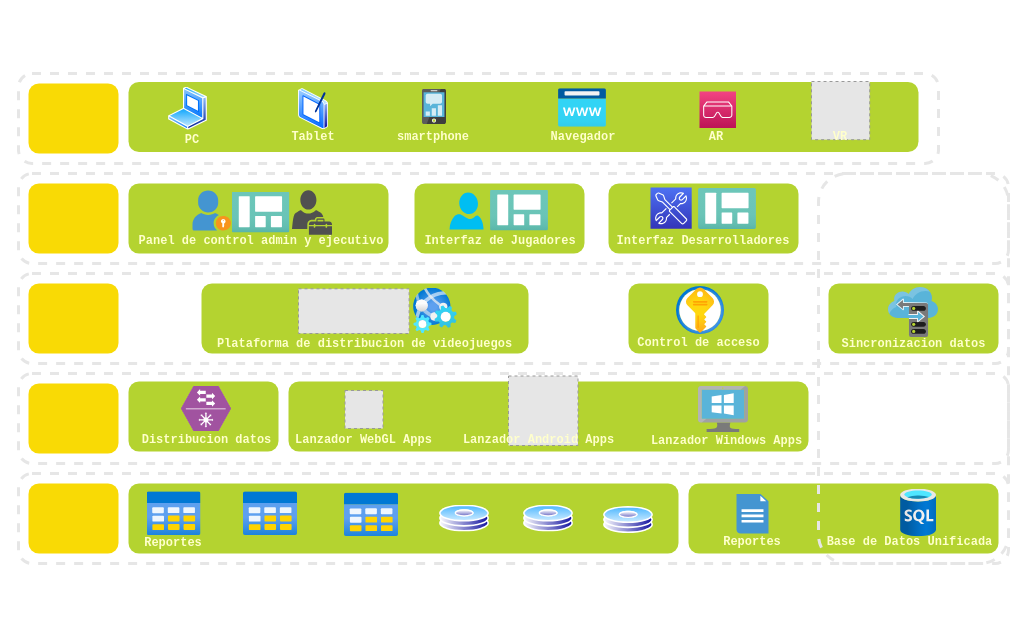
atractorestudio/docs keeps this draw.io diagram as diagrama-plataforma-juegos-ecopetrol.drawio. Above is the earlier version. Source tidied: cells renumbered, new cells numbered last; positions are measured from the earlier drawing's top-left corner, leaving out a move shared by most shapes. Both pictures are drawn from the tidied source at 100%, with x=0, y=0 at pixel (18, 73). Pictures stored in the file or linked from it are replaced by grey dashed boxes.
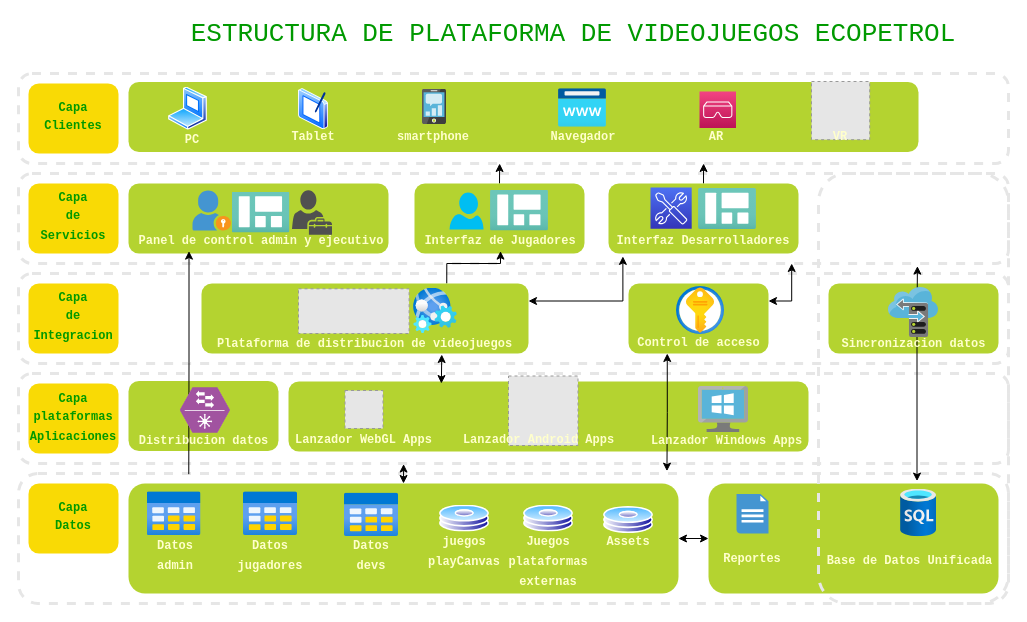
Above is the later version.

Unchanged cells that the change refers to:
```xml
<mxCell id="4" style="rounded=1;whiteSpace=wrap;html=1;dashed=1;strokeColor=#E6E6E6;strokeWidth=3;" parent="1" vertex="1">
  <mxGeometry y="100" width="990" height="90" as="geometry" />
</mxCell>
<mxCell id="5" style="rounded=1;whiteSpace=wrap;html=1;dashed=1;sketch=0;strokeWidth=3;strokeColor=none;fillColor=#B4D330;" parent="1" vertex="1">
  <mxGeometry x="590" y="110" width="190" height="70" as="geometry" />
</mxCell>
<mxCell id="6" style="rounded=1;whiteSpace=wrap;html=1;dashed=1;sketch=0;strokeWidth=3;strokeColor=none;fillColor=#B4D330;" parent="1" vertex="1">
  <mxGeometry x="396" y="110" width="170" height="70" as="geometry" />
</mxCell>
<mxCell id="10" style="rounded=1;whiteSpace=wrap;html=1;dashed=1;sketch=0;strokeWidth=3;strokeColor=none;fillColor=#B4D330;" parent="1" vertex="1">
  <mxGeometry x="610" y="210" width="140" height="70" as="geometry" />
</mxCell>
<mxCell id="11" style="rounded=1;whiteSpace=wrap;html=1;dashed=1;sketch=0;strokeWidth=3;strokeColor=none;fillColor=#B4D330;" parent="1" vertex="1">
  <mxGeometry x="183" y="210" width="327" height="70" as="geometry" />
</mxCell>
<mxCell id="14" style="rounded=1;whiteSpace=wrap;html=1;dashed=1;sketch=0;strokeWidth=3;strokeColor=none;fillColor=#B4D330;" parent="1" vertex="1">
  <mxGeometry x="270" y="308" width="520" height="70" as="geometry" />
</mxCell>
<mxCell id="58" value="Panel de control admin y ejecutivo" style="text;html=1;strokeColor=none;fillColor=none;align=center;verticalAlign=middle;whiteSpace=wrap;rounded=0;dashed=1;sketch=0;fontFamily=Courier New;fontStyle=1;fontColor=#FFFFCC;" parent="1" vertex="1">
  <mxGeometry x="98" y="157.6" width="290" height="20" as="geometry" />
</mxCell>
<mxCell id="60" value="Interfaz de Jugadores " style="text;html=1;strokeColor=none;fillColor=none;align=center;verticalAlign=middle;whiteSpace=wrap;rounded=0;dashed=1;sketch=0;fontFamily=Courier New;fontStyle=1;fontColor=#FFFFCC;" parent="1" vertex="1">
  <mxGeometry x="337" y="157.6" width="290" height="20" as="geometry" />
</mxCell>
<mxCell id="61" value="Control de acceso" style="text;html=1;strokeColor=none;fillColor=none;align=center;verticalAlign=middle;whiteSpace=wrap;rounded=0;dashed=1;sketch=0;fontFamily=Courier New;fontStyle=1;fontColor=#FFFFCC;" parent="1" vertex="1">
  <mxGeometry x="617" y="260" width="127" height="20" as="geometry" />
</mxCell>
<mxCell id="62" value="Plataforma de distribucion de videojuegos" style="text;html=1;strokeColor=none;fillColor=none;align=center;verticalAlign=middle;whiteSpace=wrap;rounded=0;dashed=1;sketch=0;fontFamily=Courier New;fontStyle=1;fontColor=#FFFFCC;" parent="1" vertex="1">
  <mxGeometry x="193" y="261" width="307" height="20" as="geometry" />
</mxCell>
```

What changed in the source:
```diff
@@
+    <mxCell id="12" style="rounded=1;whiteSpace=wrap;html=1;dashed=1;strokeColor=#E6E6E6;strokeWidth=3;" parent="1" vertex="1">
+      <mxGeometry y="300" width="990" height="90" as="geometry" />
+    </mxCell>
+    <mxCell id="72" style="rounded=1;whiteSpace=wrap;html=1;dashed=1;sketch=0;strokeWidth=3;strokeColor=none;fillColor=#B4D330;" parent="1" vertex="1">
+      <mxGeometry x="110" y="307.5" width="150" height="70" as="geometry" />
+    </mxCell>
     <mxCell id="2" style="rounded=1;whiteSpace=wrap;html=1;dashed=1;strokeColor=#E6E6E6;strokeWidth=3;" parent="1" vertex="1">
-      <mxGeometry width="920" height="90" as="geometry" />
+      <mxGeometry width="990" height="90" as="geometry" />
     </mxCell>
@@
+    <mxCell id="73" style="edgeStyle=orthogonalEdgeStyle;rounded=0;jettySize=auto;html=1;exitX=0.5;exitY=0;exitDx=0;exitDy=0;entryX=0.692;entryY=1;entryDx=0;entryDy=0;entryPerimeter=0;startArrow=none;startFill=0;fontFamily=Courier New;fontColor=#00CC00;" parent="1" edge="1" source="5" target="2">
+      <mxGeometry relative="1" as="geometry" />
+    </mxCell>
@@
+    <mxCell id="74" style="edgeStyle=orthogonalEdgeStyle;rounded=0;jettySize=auto;html=1;exitX=0.5;exitY=0;exitDx=0;exitDy=0;entryX=0.486;entryY=1;entryDx=0;entryDy=0;entryPerimeter=0;startArrow=none;startFill=0;fontFamily=Courier New;fontColor=#00CC00;" parent="1" edge="1" source="6" target="2">
+      <mxGeometry relative="1" as="geometry" />
+    </mxCell>
@@
+    <mxCell id="75" style="edgeStyle=orthogonalEdgeStyle;rounded=0;jettySize=auto;html=1;exitX=1;exitY=0.25;exitDx=0;exitDy=0;entryX=0.781;entryY=1;entryDx=0;entryDy=0;entryPerimeter=0;startArrow=classic;startFill=1;fontFamily=Courier New;fontColor=#00CC00;" parent="1" edge="1" source="10" target="4">
+      <mxGeometry relative="1" as="geometry">
+        <Array as="points">
+          <mxPoint x="773" y="228" />
+        </Array>
+      </mxGeometry>
+    </mxCell>
@@
+    <mxCell id="76" style="edgeStyle=orthogonalEdgeStyle;rounded=0;jettySize=auto;html=1;exitX=0.75;exitY=0;exitDx=0;exitDy=0;entryX=0.5;entryY=1;entryDx=0;entryDy=0;fontFamily=Courier New;fontColor=#00CC00;" parent="1" edge="1" source="11" target="60">
+      <mxGeometry relative="1" as="geometry" />
+    </mxCell>
+    <mxCell id="77" style="edgeStyle=orthogonalEdgeStyle;rounded=0;jettySize=auto;html=1;exitX=1;exitY=0.25;exitDx=0;exitDy=0;entryX=0.922;entryY=1.264;entryDx=0;entryDy=0;entryPerimeter=0;fontFamily=Courier New;fontColor=#00CC00;startArrow=classic;startFill=1;" parent="1" edge="1" source="11" target="60">
+      <mxGeometry relative="1" as="geometry" />
+    </mxCell>
@@
-    <mxCell id="12" style="rounded=1;whiteSpace=wrap;html=1;dashed=1;strokeColor=#E6E6E6;strokeWidth=3;" parent="1" vertex="1">
-      <mxGeometry y="300" width="990" height="90" as="geometry" />
-    </mxCell>
-    <mxCell id="13" style="rounded=1;whiteSpace=wrap;html=1;dashed=1;sketch=0;strokeWidth=3;strokeColor=none;fillColor=#B4D330;" parent="1" vertex="1">
-      <mxGeometry x="110" y="308" width="150" height="70" as="geometry" />
-    </mxCell>
@@
     <mxCell id="15" style="rounded=1;whiteSpace=wrap;html=1;dashed=1;strokeColor=#E6E6E6;strokeWidth=3;" parent="1" vertex="1">
-      <mxGeometry y="400" width="990" height="90" as="geometry" />
+      <mxGeometry y="400" width="990" height="130" as="geometry" />
     </mxCell>
+    <mxCell id="78" style="edgeStyle=orthogonalEdgeStyle;rounded=0;jettySize=auto;html=1;exitX=0.5;exitY=0;exitDx=0;exitDy=0;entryX=0.389;entryY=1.006;entryDx=0;entryDy=0;entryPerimeter=0;startArrow=classic;startFill=1;fontFamily=Courier New;fontColor=#00CC00;" parent="1" edge="1" source="16" target="12">
+      <mxGeometry relative="1" as="geometry" />
+    </mxCell>
     <mxCell id="16" style="rounded=1;whiteSpace=wrap;html=1;dashed=1;sketch=0;strokeWidth=3;strokeColor=none;fillColor=#B4D330;" parent="1" vertex="1">
-      <mxGeometry x="110" y="410" width="550" height="70" as="geometry" />
+      <mxGeometry x="110" y="410" width="550" height="110" as="geometry" />
     </mxCell>
+    <mxCell id="79" style="edgeStyle=orthogonalEdgeStyle;rounded=0;jettySize=auto;html=1;exitX=0;exitY=0.5;exitDx=0;exitDy=0;entryX=1;entryY=0.5;entryDx=0;entryDy=0;fontFamily=Courier New;fontColor=#00CC00;startArrow=classic;startFill=1;" parent="1" edge="1" source="17" target="16">
+      <mxGeometry relative="1" as="geometry" />
+    </mxCell>
+    <mxCell id="80" style="edgeStyle=orthogonalEdgeStyle;rounded=0;jettySize=auto;html=1;exitX=0.719;exitY=-0.022;exitDx=0;exitDy=0;entryX=0.908;entryY=1.029;entryDx=0;entryDy=0;entryPerimeter=0;startArrow=classic;startFill=1;fontFamily=Courier New;fontColor=#00CC00;exitPerimeter=0;" parent="1" edge="1" source="17" target="4">
+      <mxGeometry relative="1" as="geometry">
+        <Array as="points">
+          <mxPoint x="899" y="250" />
+          <mxPoint x="899" y="250" />
+        </Array>
+      </mxGeometry>
+    </mxCell>
     <mxCell id="17" style="rounded=1;whiteSpace=wrap;html=1;dashed=1;sketch=0;strokeWidth=3;strokeColor=none;fillColor=#B4D330;" parent="1" vertex="1">
-      <mxGeometry x="670" y="410" width="310" height="70" as="geometry" />
+      <mxGeometry x="690" y="410" width="290" height="110" as="geometry" />
     </mxCell>
     <mxCell id="18" style="rounded=1;whiteSpace=wrap;html=1;dashed=1;strokeColor=#E6E6E6;strokeWidth=3;fillColor=none;" parent="1" vertex="1">
-      <mxGeometry x="800" y="100" width="190" height="390" as="geometry" />
+      <mxGeometry x="800" y="100" width="190" height="430" as="geometry" />
     </mxCell>
@@
-    <mxCell id="45" style="verticalLabelPosition=bottom;html=1;fillColor=#A153A0;strokeColor=#ffffff;verticalAlign=top;align=center;shape=mxgraph.cisco_safe.compositeIcon;bgIcon=mxgraph.cisco_safe.design.blank_device;resIcon=mxgraph.cisco_safe.design.distribution_switch;dashed=1;sketch=0;" parent="1" vertex="1">
-      <mxGeometry x="162.5" y="312.5" width="50" height="45" as="geometry" />
-    </mxCell>
@@
+    <mxCell id="81" style="edgeStyle=orthogonalEdgeStyle;rounded=0;jettySize=auto;html=1;exitX=0.25;exitY=1;exitDx=0;exitDy=0;entryX=0.172;entryY=0.005;entryDx=0;entryDy=0;entryPerimeter=0;startArrow=classic;startFill=1;fontFamily=Courier New;fontColor=#00CC00;endArrow=none;endFill=0;" parent="1" edge="1" source="58" target="15">
+      <mxGeometry relative="1" as="geometry" />
+    </mxCell>
@@
+    <mxCell id="82" style="edgeStyle=orthogonalEdgeStyle;rounded=0;jettySize=auto;html=1;exitX=0.25;exitY=1;exitDx=0;exitDy=0;entryX=0.655;entryY=-0.018;entryDx=0;entryDy=0;entryPerimeter=0;startArrow=classic;startFill=1;endArrow=classic;endFill=1;fontFamily=Garamond;fontSize=26;fontColor=#00CC00;" parent="1" edge="1" source="61" target="15">
+      <mxGeometry relative="1" as="geometry">
+        <Array as="points">
+          <mxPoint x="649" y="339" />
+        </Array>
+      </mxGeometry>
+    </mxCell>
@@
+    <mxCell id="83" style="edgeStyle=orthogonalEdgeStyle;rounded=0;jettySize=auto;html=1;exitX=0.75;exitY=1;exitDx=0;exitDy=0;entryX=0.294;entryY=0.029;entryDx=0;entryDy=0;entryPerimeter=0;fontFamily=Courier New;fontColor=#00CC00;startArrow=classic;startFill=1;" parent="1" edge="1" source="62" target="14">
+      <mxGeometry relative="1" as="geometry" />
+    </mxCell>
@@
-    <mxCell id="67" value="Distribucion datos" style="text;html=1;strokeColor=none;fillColor=none;align=center;verticalAlign=middle;whiteSpace=wrap;rounded=0;dashed=1;sketch=0;fontFamily=Courier New;fontStyle=1;fontColor=#FFFFCC;" parent="1" vertex="1">
-      <mxGeometry x="110" y="357" width="157" height="20" as="geometry" />
-    </mxCell>
     <mxCell id="68" value="Base de Datos Unificada" style="text;html=1;strokeColor=none;fillColor=none;align=center;verticalAlign=middle;whiteSpace=wrap;rounded=0;dashed=1;sketch=0;fontFamily=Courier New;fontStyle=1;fontColor=#FFFFCC;" parent="1" vertex="1">
-      <mxGeometry x="803" y="458.5" width="177" height="20" as="geometry" />
+      <mxGeometry x="803" y="452.5" width="177" height="71.5" as="geometry" />
     </mxCell>
@@
     <mxCell id="70" value="Reportes" style="text;html=1;strokeColor=none;fillColor=none;align=center;verticalAlign=middle;whiteSpace=wrap;rounded=0;dashed=1;sketch=0;fontFamily=Courier New;fontStyle=1;fontColor=#FFFFCC;" parent="1" vertex="1">
-      <mxGeometry x="698" y="458.5" width="72" height="20" as="geometry" />
+      <mxGeometry x="698" y="475.5" width="72" height="20" as="geometry" />
     </mxCell>
-    <mxCell id="71" value="Reportes" style="text;html=1;strokeColor=none;fillColor=none;align=center;verticalAlign=middle;whiteSpace=wrap;rounded=0;dashed=1;sketch=0;fontFamily=Courier New;fontStyle=1;fontColor=#FFFFCC;" parent="1" vertex="1">
-      <mxGeometry x="119" y="460" width="72" height="20" as="geometry" />
+    <mxCell id="71" value="Datos" style="text;html=1;strokeColor=none;fillColor=none;align=center;verticalAlign=middle;whiteSpace=wrap;rounded=0;dashed=1;sketch=0;fontFamily=Courier New;fontStyle=1;fontColor=#FFFFCC;" parent="1" vertex="1">
+      <mxGeometry x="121" y="463.3" width="72" height="20" as="geometry" />
     </mxCell>
+    <mxCell id="84" value="Assets" style="text;html=1;strokeColor=none;fillColor=none;align=center;verticalAlign=middle;whiteSpace=wrap;rounded=0;dashed=1;sketch=0;fontFamily=Courier New;fontStyle=1;fontColor=#FFFFCC;" parent="1" vertex="1">
+      <mxGeometry x="574" y="458.5" width="72" height="20" as="geometry" />
+    </mxCell>
+    <mxCell id="85" value="Juegos" style="text;html=1;strokeColor=none;fillColor=none;align=center;verticalAlign=middle;whiteSpace=wrap;rounded=0;dashed=1;sketch=0;fontFamily=Courier New;fontStyle=1;fontColor=#FFFFCC;" parent="1" vertex="1">
+      <mxGeometry x="494" y="458.5" width="72" height="20" as="geometry" />
+    </mxCell>
+    <mxCell id="86" value="juegos" style="text;html=1;strokeColor=none;fillColor=none;align=center;verticalAlign=middle;whiteSpace=wrap;rounded=0;dashed=1;sketch=0;fontFamily=Courier New;fontStyle=1;fontColor=#FFFFCC;" parent="1" vertex="1">
+      <mxGeometry x="410" y="458.5" width="72" height="20" as="geometry" />
+    </mxCell>
+    <mxCell id="87" value="playCanvas" style="text;html=1;strokeColor=none;fillColor=none;align=center;verticalAlign=middle;whiteSpace=wrap;rounded=0;dashed=1;sketch=0;fontFamily=Courier New;fontStyle=1;fontColor=#FFFFCC;" parent="1" vertex="1">
+      <mxGeometry x="410" y="478.5" width="72" height="20" as="geometry" />
+    </mxCell>
+    <mxCell id="88" value="plataformas" style="text;html=1;strokeColor=none;fillColor=none;align=center;verticalAlign=middle;whiteSpace=wrap;rounded=0;dashed=1;sketch=0;fontFamily=Courier New;fontStyle=1;fontColor=#FFFFCC;" parent="1" vertex="1">
+      <mxGeometry x="494" y="478.5" width="72" height="20" as="geometry" />
+    </mxCell>
+    <mxCell id="89" value="externas" style="text;html=1;strokeColor=none;fillColor=none;align=center;verticalAlign=middle;whiteSpace=wrap;rounded=0;dashed=1;sketch=0;fontFamily=Courier New;fontStyle=1;fontColor=#FFFFCC;" parent="1" vertex="1">
+      <mxGeometry x="494" y="498.5" width="72" height="20" as="geometry" />
+    </mxCell>
+    <mxCell id="90" value="admin" style="text;html=1;strokeColor=none;fillColor=none;align=center;verticalAlign=middle;whiteSpace=wrap;rounded=0;dashed=1;sketch=0;fontFamily=Courier New;fontStyle=1;fontColor=#FFFFCC;" parent="1" vertex="1">
+      <mxGeometry x="121" y="483.3" width="72" height="20" as="geometry" />
+    </mxCell>
+    <mxCell id="91" value="Datos" style="text;html=1;strokeColor=none;fillColor=none;align=center;verticalAlign=middle;whiteSpace=wrap;rounded=0;dashed=1;sketch=0;fontFamily=Courier New;fontStyle=1;fontColor=#FFFFCC;" parent="1" vertex="1">
+      <mxGeometry x="216" y="463.3" width="72" height="20" as="geometry" />
+    </mxCell>
+    <mxCell id="92" value="jugadores" style="text;html=1;strokeColor=none;fillColor=none;align=center;verticalAlign=middle;whiteSpace=wrap;rounded=0;dashed=1;sketch=0;fontFamily=Courier New;fontStyle=1;fontColor=#FFFFCC;" parent="1" vertex="1">
+      <mxGeometry x="216" y="483.3" width="72" height="20" as="geometry" />
+    </mxCell>
+    <mxCell id="93" value="Datos" style="text;html=1;strokeColor=none;fillColor=none;align=center;verticalAlign=middle;whiteSpace=wrap;rounded=0;dashed=1;sketch=0;fontFamily=Courier New;fontStyle=1;fontColor=#FFFFCC;" parent="1" vertex="1">
+      <mxGeometry x="317" y="463.3" width="72" height="20" as="geometry" />
+    </mxCell>
+    <mxCell id="94" value="devs" style="text;html=1;strokeColor=none;fillColor=none;align=center;verticalAlign=middle;whiteSpace=wrap;rounded=0;dashed=1;sketch=0;fontFamily=Courier New;fontStyle=1;fontColor=#FFFFCC;" parent="1" vertex="1">
+      <mxGeometry x="317" y="483.3" width="72" height="20" as="geometry" />
+    </mxCell>
+    <mxCell id="95" value="Capa" style="text;html=1;strokeColor=none;fillColor=none;align=center;verticalAlign=middle;whiteSpace=wrap;rounded=0;dashed=1;sketch=0;fontFamily=Courier New;fontStyle=1;fontColor=#009900;" parent="1" vertex="1">
+      <mxGeometry x="19" y="425" width="72" height="20" as="geometry" />
+    </mxCell>
+    <mxCell id="96" value="Datos" style="text;html=1;strokeColor=none;fillColor=none;align=center;verticalAlign=middle;whiteSpace=wrap;rounded=0;dashed=1;sketch=0;fontFamily=Courier New;fontStyle=1;fontColor=#009900;" parent="1" vertex="1">
+      <mxGeometry x="19" y="443.3" width="72" height="20" as="geometry" />
+    </mxCell>
+    <mxCell id="97" value="Capa" style="text;html=1;strokeColor=none;fillColor=none;align=center;verticalAlign=middle;whiteSpace=wrap;rounded=0;dashed=1;sketch=0;fontFamily=Courier New;fontStyle=1;fontColor=#009900;" parent="1" vertex="1">
+      <mxGeometry x="19" y="316" width="72" height="20" as="geometry" />
+    </mxCell>
+    <mxCell id="98" value="plataformas" style="text;html=1;strokeColor=none;fillColor=none;align=center;verticalAlign=middle;whiteSpace=wrap;rounded=0;dashed=1;sketch=0;fontFamily=Courier New;fontStyle=1;fontColor=#009900;" parent="1" vertex="1">
+      <mxGeometry x="19" y="334.3" width="72" height="20" as="geometry" />
+    </mxCell>
+    <mxCell id="99" value="Capa" style="text;html=1;strokeColor=none;fillColor=none;align=center;verticalAlign=middle;whiteSpace=wrap;rounded=0;dashed=1;sketch=0;fontFamily=Courier New;fontStyle=1;fontColor=#009900;" parent="1" vertex="1">
+      <mxGeometry x="19" y="215" width="72" height="20" as="geometry" />
+    </mxCell>
+    <mxCell id="100" value="de" style="text;html=1;strokeColor=none;fillColor=none;align=center;verticalAlign=middle;whiteSpace=wrap;rounded=0;dashed=1;sketch=0;fontFamily=Courier New;fontStyle=1;fontColor=#009900;" parent="1" vertex="1">
+      <mxGeometry x="19" y="233.3" width="72" height="20" as="geometry" />
+    </mxCell>
+    <mxCell id="101" value="Capa" style="text;html=1;strokeColor=none;fillColor=none;align=center;verticalAlign=middle;whiteSpace=wrap;rounded=0;dashed=1;sketch=0;fontFamily=Courier New;fontStyle=1;fontColor=#009900;" parent="1" vertex="1">
+      <mxGeometry x="19" y="115" width="72" height="20" as="geometry" />
+    </mxCell>
+    <mxCell id="102" value="de" style="text;html=1;strokeColor=none;fillColor=none;align=center;verticalAlign=middle;whiteSpace=wrap;rounded=0;dashed=1;sketch=0;fontFamily=Courier New;fontStyle=1;fontColor=#009900;" parent="1" vertex="1">
+      <mxGeometry x="19" y="133.3" width="72" height="20" as="geometry" />
+    </mxCell>
+    <mxCell id="103" value="Capa" style="text;html=1;strokeColor=none;fillColor=none;align=center;verticalAlign=middle;whiteSpace=wrap;rounded=0;dashed=1;sketch=0;fontFamily=Courier New;fontStyle=1;fontColor=#009900;" parent="1" vertex="1">
+      <mxGeometry x="19" y="25" width="72" height="20" as="geometry" />
+    </mxCell>
+    <mxCell id="104" value="Clientes" style="text;html=1;strokeColor=none;fillColor=none;align=center;verticalAlign=middle;whiteSpace=wrap;rounded=0;dashed=1;sketch=0;fontFamily=Courier New;fontStyle=1;fontColor=#009900;" parent="1" vertex="1">
+      <mxGeometry x="19" y="43.3" width="72" height="20" as="geometry" />
+    </mxCell>
+    <mxCell id="105" value="Aplicaciones" style="text;html=1;strokeColor=none;fillColor=none;align=center;verticalAlign=middle;whiteSpace=wrap;rounded=0;dashed=1;sketch=0;fontFamily=Courier New;fontStyle=1;fontColor=#009900;" parent="1" vertex="1">
+      <mxGeometry x="19" y="354.3" width="72" height="20" as="geometry" />
+    </mxCell>
+    <mxCell id="106" value="Integracion" style="text;html=1;strokeColor=none;fillColor=none;align=center;verticalAlign=middle;whiteSpace=wrap;rounded=0;dashed=1;sketch=0;fontFamily=Courier New;fontStyle=1;fontColor=#009900;" parent="1" vertex="1">
+      <mxGeometry x="19" y="253.3" width="72" height="20" as="geometry" />
+    </mxCell>
+    <mxCell id="107" value="Servicios" style="text;html=1;strokeColor=none;fillColor=none;align=center;verticalAlign=middle;whiteSpace=wrap;rounded=0;dashed=1;sketch=0;fontFamily=Courier New;fontStyle=1;fontColor=#009900;" parent="1" vertex="1">
+      <mxGeometry x="19" y="153.3" width="72" height="20" as="geometry" />
+    </mxCell>
+    <mxCell id="108" style="verticalLabelPosition=bottom;html=1;fillColor=#A153A0;strokeColor=#ffffff;verticalAlign=top;align=center;shape=mxgraph.cisco_safe.compositeIcon;bgIcon=mxgraph.cisco_safe.design.blank_device;resIcon=mxgraph.cisco_safe.design.distribution_switch;dashed=1;sketch=0;fontFamily=Courier New;fontColor=#00CC00;" parent="1" vertex="1">
+      <mxGeometry x="161.4" y="314" width="50" height="45" as="geometry" />
+    </mxCell>
+    <mxCell id="67" value="Distribucion datos" style="text;html=1;strokeColor=none;fillColor=none;align=center;verticalAlign=middle;whiteSpace=wrap;rounded=0;dashed=1;sketch=0;fontFamily=Courier New;fontStyle=1;fontColor=#FFFFCC;" parent="1" vertex="1">
+      <mxGeometry x="107" y="358" width="157" height="20" as="geometry" />
+    </mxCell>
+    <mxCell id="109" value="&lt;font face=&quot;Courier New&quot;&gt;ESTRUCTURA DE PLATAFORMA DE VIDEOJUEGOS ECOPETROL&lt;br&gt;&lt;/font&gt;" style="text;html=1;strokeColor=none;fillColor=none;align=center;verticalAlign=middle;whiteSpace=wrap;rounded=0;dashed=1;sketch=0;fontFamily=Garamond;fontStyle=0;fontColor=#009900;fontSize=26;" parent="1" vertex="1">
+      <mxGeometry x="120" y="-50" width="870" height="20" as="geometry" />
+    </mxCell>
```
